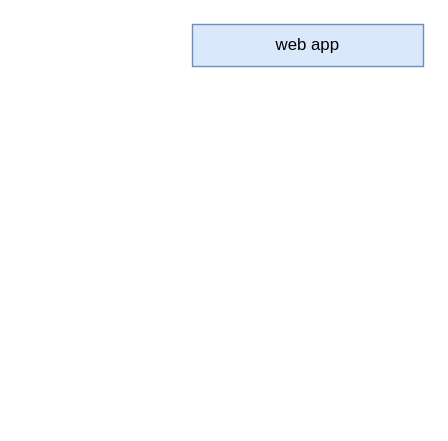
Earlier version of the draw.io diagram drawio-mvp/ProjectDesign.drawio (mealibek/drawio). Source tidied: cells renumbered, new cells numbered last; positions are measured from the earlier drawing's top-left corner, leaving out a move shared by most shapes. Both pictures are drawn from the tidied source at 140%, with x=0, y=0 at pixel (192, 24).
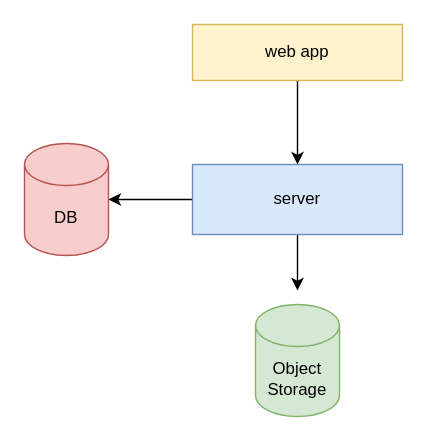
After the change.

What changed in the source:
```diff
@@
 <mxGraphModel>
   <root>
     <mxCell id="0" />
     <mxCell id="1" parent="0" />
+    <mxCell id="3" style="edgeStyle=orthogonalEdgeStyle;rounded=0;jettySize=auto;html=1;entryX=0.5;entryY=0;entryDx=0;entryDy=0;" parent="1" edge="1" source="2" target="6">
+      <mxGeometry relative="1" as="geometry" />
+    </mxCell>
-    <mxCell id="2" value="&lt;div&gt;web app&lt;/div&gt;" style="rounded=0;whiteSpace=wrap;html=1;fillColor=#dae8fc;strokeColor=#6c8ebf;" parent="1" vertex="1">
-      <mxGeometry width="165" height="30" as="geometry" />
+    <mxCell id="2" value="&lt;div&gt;web app&lt;/div&gt;" style="rounded=0;whiteSpace=wrap;html=1;fillColor=#fff2cc;strokeColor=#d6b656;" parent="1" vertex="1">
+      <mxGeometry width="150" height="40" as="geometry" />
     </mxCell>
+    <mxCell id="4" style="edgeStyle=orthogonalEdgeStyle;rounded=0;jettySize=auto;html=1;" parent="1" edge="1" source="6">
+      <mxGeometry relative="1" as="geometry">
+        <mxPoint x="75" y="190" as="targetPoint" />
+      </mxGeometry>
+    </mxCell>
+    <mxCell id="5" style="edgeStyle=orthogonalEdgeStyle;rounded=0;jettySize=auto;html=1;entryX=1;entryY=0.5;entryDx=0;entryDy=0;entryPerimeter=0;" parent="1" edge="1" source="6" target="7">
+      <mxGeometry relative="1" as="geometry" />
+    </mxCell>
+    <mxCell id="6" value="server" style="rounded=0;whiteSpace=wrap;html=1;fillColor=#dae8fc;strokeColor=#6c8ebf;" parent="1" vertex="1">
+      <mxGeometry y="100" width="150" height="50" as="geometry" />
+    </mxCell>
+    <mxCell id="7" value="&lt;div&gt;DB&lt;/div&gt;" style="shape=cylinder3;whiteSpace=wrap;html=1;boundedLbl=1;backgroundOutline=1;size=15;fillColor=#f8cecc;strokeColor=#b85450;" parent="1" vertex="1">
+      <mxGeometry x="-120" y="85" width="60" height="80" as="geometry" />
+    </mxCell>
+    <mxCell id="8" value="Object Storage" style="shape=cylinder3;whiteSpace=wrap;html=1;boundedLbl=1;backgroundOutline=1;size=15;fillColor=#d5e8d4;strokeColor=#82b366;" parent="1" vertex="1">
+      <mxGeometry x="45" y="200" width="60" height="80" as="geometry" />
+    </mxCell>
   </root>
 </mxGraphModel>
```
